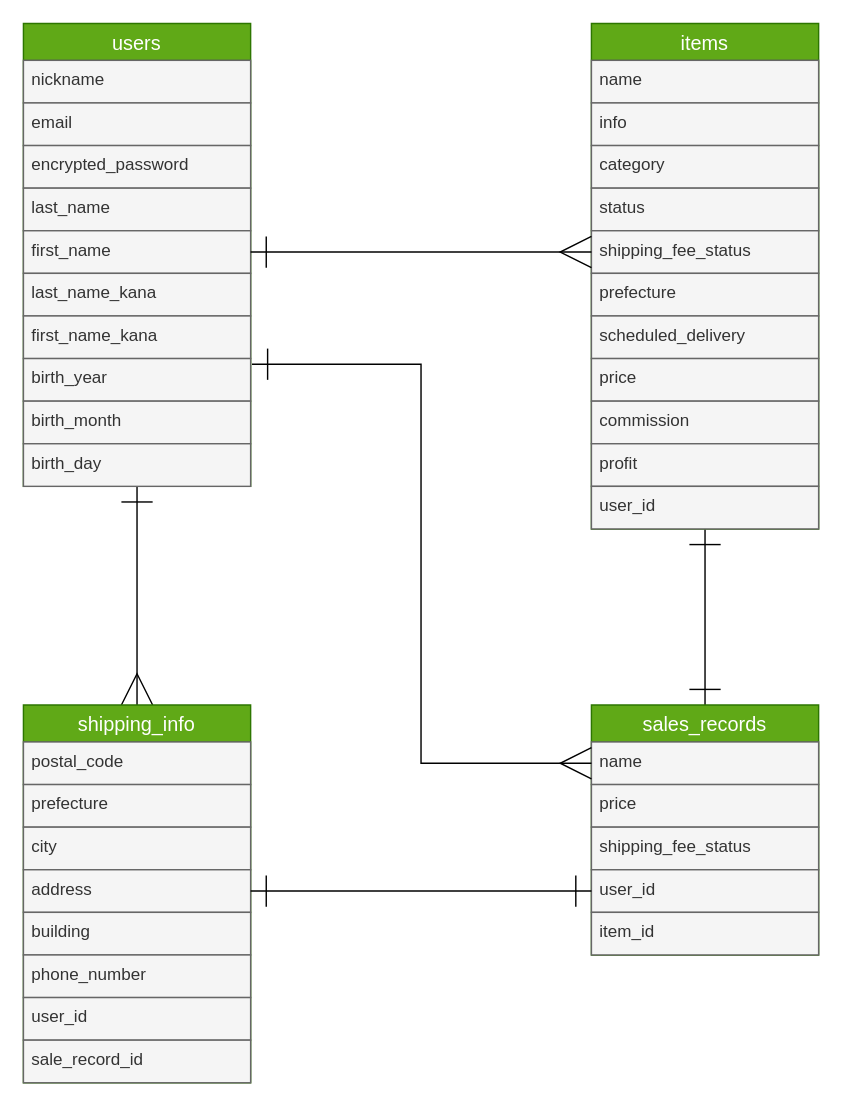
Above: database.dio in yuki-0202/furima-37410 (draw.io), before the change. Source tidied: cells renumbered, new cells numbered last; positions are measured from the earlier drawing's top-left corner, leaving out a move shared by most shapes. Both pictures are drawn from the tidied source at 142%, with x=0, y=0 at pixel (23, 23).
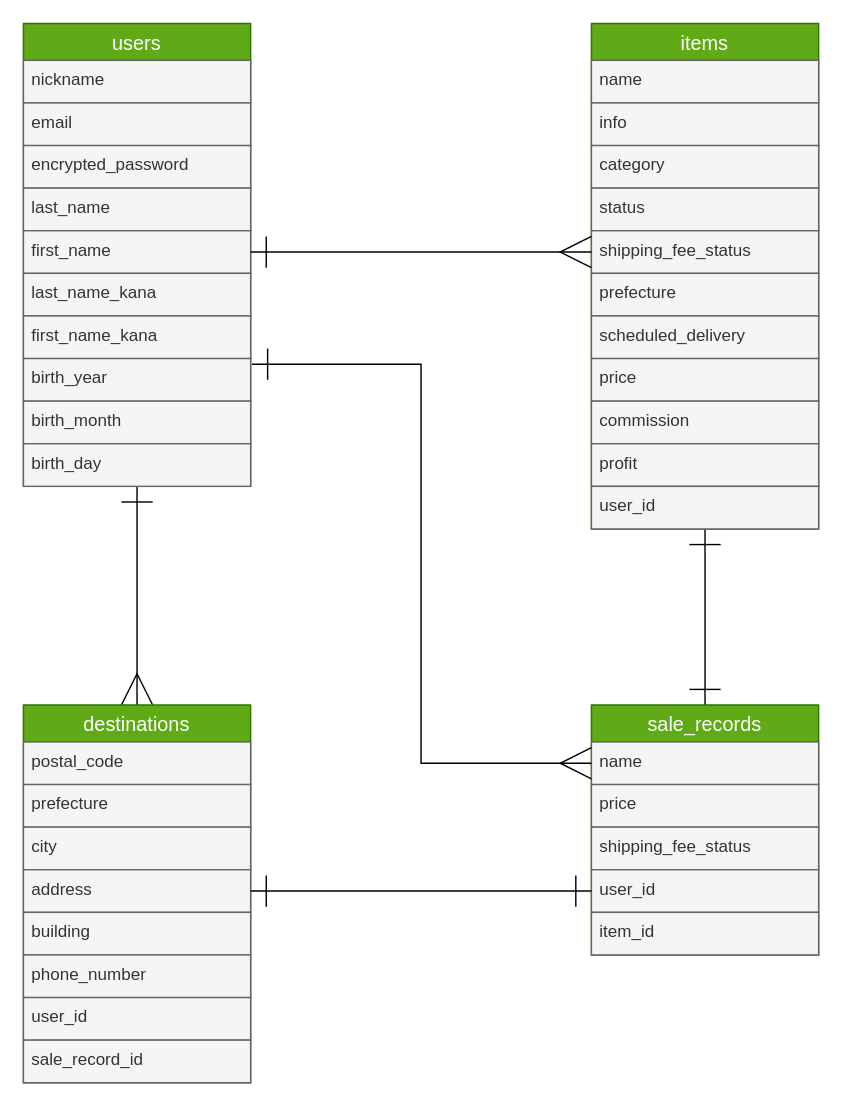
The same diagram, later.

Commit message:
ER図のテーブル名を修正

The edit, as a diff of the source:
```diff
@@
-    <mxCell id="27" value="shipping_info" style="swimlane;fontStyle=0;horizontal=1;startSize=26;align=center;fontSize=14;fillColor=#60a917;fontColor=#ffffff;strokeColor=#2D7600;" parent="1" vertex="1">
+    <mxCell id="27" value="destinations" style="swimlane;fontStyle=0;horizontal=1;startSize=26;align=center;fontSize=14;fillColor=#60a917;fontColor=#ffffff;strokeColor=#2D7600;" parent="1" vertex="1">
       <mxGeometry y="480" width="160" height="266" as="geometry" />
     </mxCell>
@@
-    <mxCell id="36" value="sales_records" style="swimlane;fontStyle=0;horizontal=1;startSize=26;align=center;fontSize=14;fillColor=#60a917;fontColor=#ffffff;strokeColor=#2D7600;" parent="1" vertex="1">
+    <mxCell id="36" value="sale_records" style="swimlane;fontStyle=0;horizontal=1;startSize=26;align=center;fontSize=14;fillColor=#60a917;fontColor=#ffffff;strokeColor=#2D7600;" parent="1" vertex="1">
       <mxGeometry x="400" y="480" width="160" height="176" as="geometry" />
     </mxCell>
```
